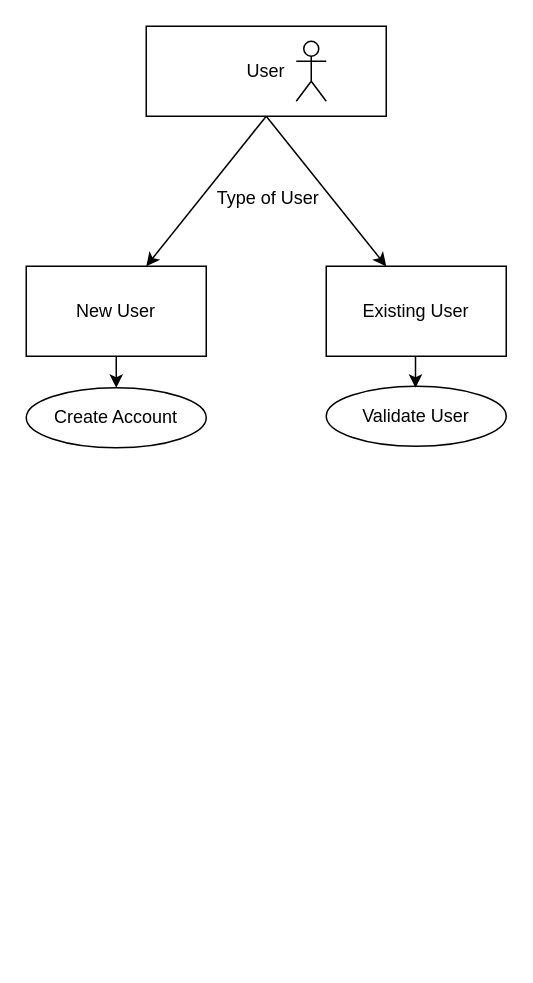
The draw.io diagram MajorProject.drawio in Vinayaknegi25/RepoWebDEV, before the edit. Source tidied: cells renumbered, new cells numbered last; positions are measured from the earlier drawing's top-left corner, leaving out a move shared by most shapes. Both pictures are drawn from the tidied source at 150%, with x=0, y=0 at pixel (26, 26).
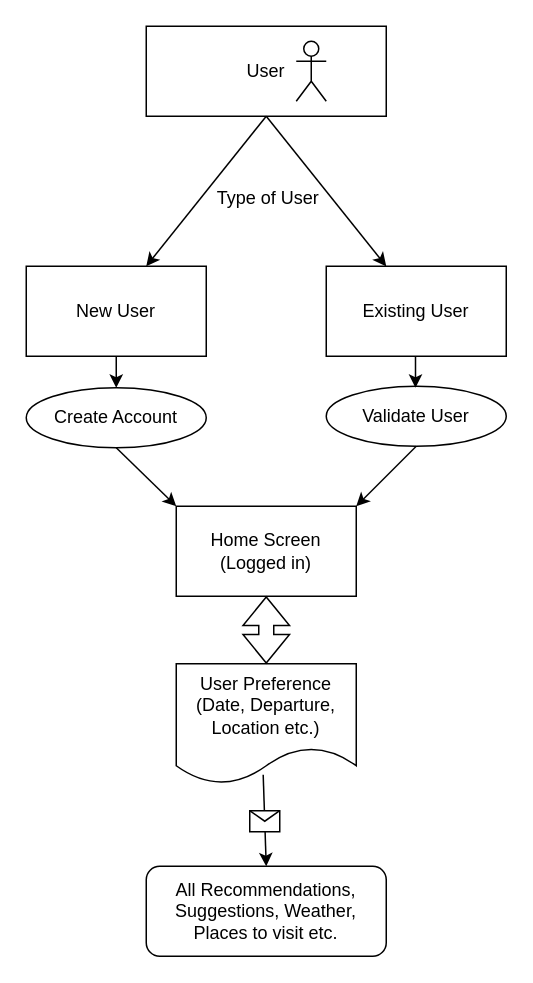
The same page after the edit.

The change refers to these unchanged cells:
```xml
<mxCell id="7" value="Create Account" style="ellipse;whiteSpace=wrap;html=1;" parent="1" vertex="1">
  <mxGeometry y="241" width="120" height="40" as="geometry" />
</mxCell>
<mxCell id="8" value="Validate User" style="ellipse;whiteSpace=wrap;html=1;" parent="1" vertex="1">
  <mxGeometry x="200" y="240" width="120" height="40" as="geometry" />
</mxCell>
```

Diff of the diagram source:
```diff
@@
+    <mxCell id="13" value="Home Screen&lt;br&gt;(Logged in)" style="rounded=0;whiteSpace=wrap;html=1;" parent="1" vertex="1">
+      <mxGeometry x="100" y="320" width="120" height="60" as="geometry" />
+    </mxCell>
+    <mxCell id="14" style="endArrow=classic;html=1;rounded=0;exitX=0.5;exitY=1;exitDx=0;exitDy=0;entryX=0;entryY=0;entryDx=0;entryDy=0;" parent="1" edge="1" source="7" target="13">
+      <mxGeometry relative="1" as="geometry" />
+    </mxCell>
+    <mxCell id="15" style="endArrow=classic;html=1;rounded=0;exitX=0.5;exitY=1;exitDx=0;exitDy=0;entryX=1;entryY=0;entryDx=0;entryDy=0;" parent="1" edge="1" source="8" target="13">
+      <mxGeometry relative="1" as="geometry" />
+    </mxCell>
+    <mxCell id="16" value="User Preference&lt;br&gt;(Date, Departure, Location etc.)" style="shape=document;whiteSpace=wrap;html=1;boundedLbl=1;" parent="1" vertex="1">
+      <mxGeometry x="100" y="425" width="120" height="80" as="geometry" />
+    </mxCell>
+    <mxCell id="17" style="shape=flexArrow;endArrow=classic;startArrow=classic;html=1;rounded=0;entryX=0.5;entryY=1;entryDx=0;entryDy=0;exitX=0.5;exitY=0;exitDx=0;exitDy=0;" parent="1" edge="1" source="16" target="13">
+      <mxGeometry relative="1" as="geometry" />
+    </mxCell>
+    <mxCell id="18" style="endArrow=classic;html=1;rounded=0;exitX=0.483;exitY=0.925;exitDx=0;exitDy=0;exitPerimeter=0;" parent="1" edge="1" source="16">
+      <mxGeometry relative="1" as="geometry">
+        <mxPoint x="160" y="560" as="targetPoint" />
+      </mxGeometry>
+    </mxCell>
+    <mxCell id="19" style="shape=message;html=1;" parent="18" vertex="1">
+      <mxGeometry width="20" height="14" relative="1" as="geometry">
+        <mxPoint x="-10" y="-7" as="offset" />
+      </mxGeometry>
+    </mxCell>
+    <mxCell id="20" value="All Recommendations, Suggestions, Weather, Places to visit etc." style="rounded=1;whiteSpace=wrap;html=1;" parent="1" vertex="1">
+      <mxGeometry x="80" y="560" width="160" height="60" as="geometry" />
+    </mxCell>
```
